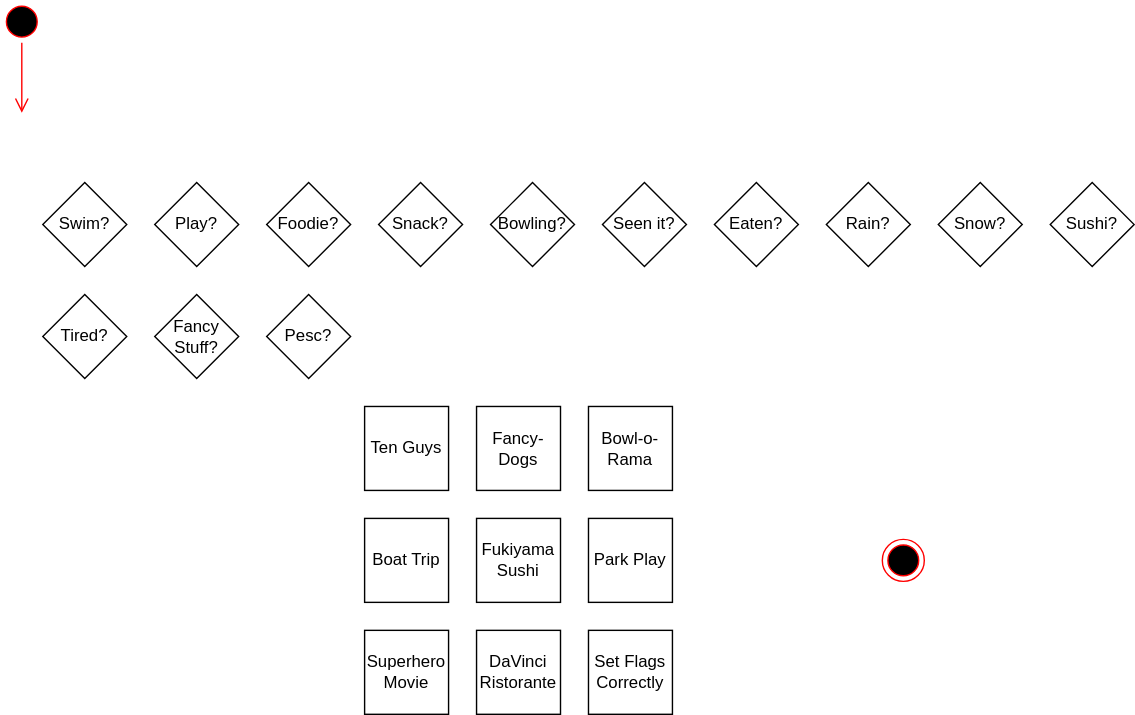
yewscion/yewscion keeps this draw.io diagram as date-night-dilemma.drawio.svg. Above is the earlier version. Source tidied: cells renumbered, new cells last; positions are measured from the earlier drawing's top-left corner, leaving out a move shared by most shapes.
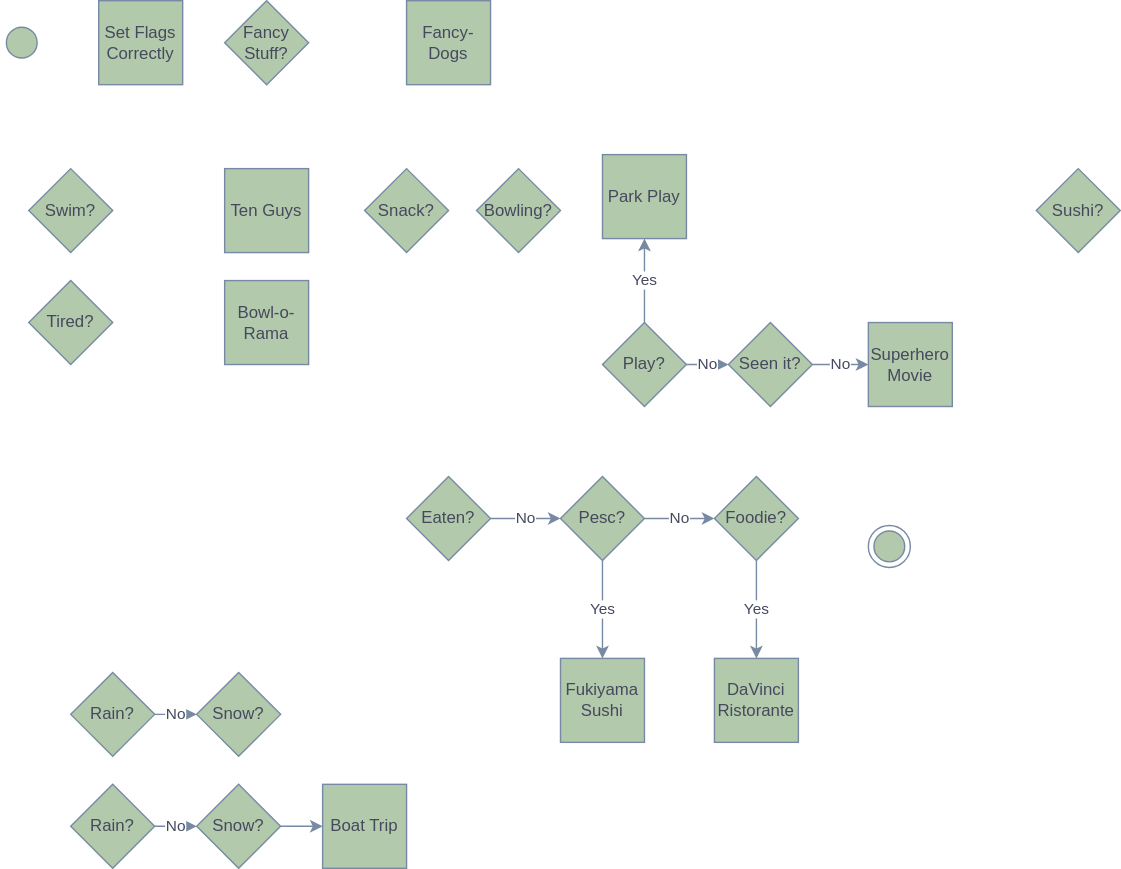
The same diagram one commit later.

Diff of the diagram source:
```diff
@@ -2,82 +2,113 @@
   <root>
     <mxCell id="0" />
     <mxCell id="1" parent="0" />
-    <mxCell id="2" style="ellipse;html=1;shape=startState;fillColor=#000000;strokeColor=#ff0000;" parent="1" vertex="1">
-      <mxGeometry width="30" height="30" as="geometry" />
+    <mxCell id="2" style="ellipse;html=1;shape=startState;fillColor=#B2C9AB;strokeColor=#788AA3;fontColor=#46495D;" parent="1" vertex="1">
+      <mxGeometry x="10" y="25" width="30" height="30" as="geometry" />
     </mxCell>
-    <mxCell id="3" style="edgeStyle=orthogonalEdgeStyle;html=1;verticalAlign=bottom;endArrow=open;endSize=8;strokeColor=#ff0000;rounded=0;" parent="1" edge="1" source="2">
-      <mxGeometry relative="1" as="geometry">
-        <mxPoint x="15" y="80" as="targetPoint" />
-      </mxGeometry>
-    </mxCell>
-    <mxCell id="4" value="&lt;div&gt;DaVinci&lt;/div&gt;&lt;div&gt;Ristorante&lt;br&gt;&lt;/div&gt;" style="rounded=0;whiteSpace=wrap;html=1;" parent="1" vertex="1">
-      <mxGeometry x="340" y="450" width="60" height="60" as="geometry" />
+    <mxCell id="4" value="&lt;div&gt;DaVinci&lt;/div&gt;&lt;div&gt;Ristorante&lt;br&gt;&lt;/div&gt;" style="rounded=0;whiteSpace=wrap;html=1;fillColor=#B2C9AB;strokeColor=#788AA3;fontColor=#46495D;" parent="1" vertex="1">
+      <mxGeometry x="520" y="480" width="60" height="60" as="geometry" />
     </mxCell>
-    <mxCell id="5" value="&lt;div&gt;Superhero&lt;/div&gt;&lt;div&gt;Movie&lt;br&gt;&lt;/div&gt;" style="rounded=0;whiteSpace=wrap;html=1;" parent="1" vertex="1">
-      <mxGeometry x="260" y="450" width="60" height="60" as="geometry" />
+    <mxCell id="5" value="&lt;div&gt;Superhero&lt;/div&gt;&lt;div&gt;Movie&lt;br&gt;&lt;/div&gt;" style="rounded=0;whiteSpace=wrap;html=1;fillColor=#B2C9AB;strokeColor=#788AA3;fontColor=#46495D;" parent="1" vertex="1">
+      <mxGeometry x="630" y="240" width="60" height="60" as="geometry" />
     </mxCell>
-    <mxCell id="6" value="Park Play" style="rounded=0;whiteSpace=wrap;html=1;" parent="1" vertex="1">
-      <mxGeometry x="420" y="370" width="60" height="60" as="geometry" />
+    <mxCell id="6" value="Park Play" style="rounded=0;whiteSpace=wrap;html=1;fillColor=#B2C9AB;strokeColor=#788AA3;fontColor=#46495D;" parent="1" vertex="1">
+      <mxGeometry x="440" y="120" width="60" height="60" as="geometry" />
     </mxCell>
-    <mxCell id="7" value="Fukiyama Sushi" style="rounded=0;whiteSpace=wrap;html=1;" parent="1" vertex="1">
-      <mxGeometry x="340" y="370" width="60" height="60" as="geometry" />
+    <mxCell id="7" value="Fukiyama Sushi" style="rounded=0;whiteSpace=wrap;html=1;fillColor=#B2C9AB;strokeColor=#788AA3;fontColor=#46495D;" parent="1" vertex="1">
+      <mxGeometry x="410" y="480" width="60" height="60" as="geometry" />
     </mxCell>
-    <mxCell id="8" value="Boat Trip" style="rounded=0;whiteSpace=wrap;html=1;" parent="1" vertex="1">
-      <mxGeometry x="260" y="370" width="60" height="60" as="geometry" />
+    <mxCell id="8" value="Boat Trip" style="rounded=0;whiteSpace=wrap;html=1;fillColor=#B2C9AB;strokeColor=#788AA3;fontColor=#46495D;" parent="1" vertex="1">
+      <mxGeometry x="240" y="570" width="60" height="60" as="geometry" />
     </mxCell>
-    <mxCell id="9" value="Bowl-o-Rama" style="rounded=0;whiteSpace=wrap;html=1;" parent="1" vertex="1">
-      <mxGeometry x="420" y="290" width="60" height="60" as="geometry" />
+    <mxCell id="9" value="Bowl-o-Rama" style="rounded=0;whiteSpace=wrap;html=1;fillColor=#B2C9AB;strokeColor=#788AA3;fontColor=#46495D;" parent="1" vertex="1">
+      <mxGeometry x="170" y="210" width="60" height="60" as="geometry" />
     </mxCell>
-    <mxCell id="10" value="Fancy-Dogs" style="rounded=0;whiteSpace=wrap;html=1;" parent="1" vertex="1">
-      <mxGeometry x="340" y="290" width="60" height="60" as="geometry" />
+    <mxCell id="10" value="Fancy-Dogs" style="rounded=0;whiteSpace=wrap;html=1;fillColor=#B2C9AB;strokeColor=#788AA3;fontColor=#46495D;" parent="1" vertex="1">
+      <mxGeometry x="300" y="10" width="60" height="60" as="geometry" />
     </mxCell>
-    <mxCell id="11" value="Ten Guys" style="rounded=0;whiteSpace=wrap;html=1;" parent="1" vertex="1">
-      <mxGeometry x="260" y="290" width="60" height="60" as="geometry" />
+    <mxCell id="11" value="Ten Guys" style="rounded=0;whiteSpace=wrap;html=1;fillColor=#B2C9AB;strokeColor=#788AA3;fontColor=#46495D;" parent="1" vertex="1">
+      <mxGeometry x="170" y="130" width="60" height="60" as="geometry" />
     </mxCell>
-    <mxCell id="12" value="&lt;div&gt;Tired?&lt;br&gt;&lt;/div&gt;" style="rhombus;whiteSpace=wrap;html=1;" parent="1" vertex="1">
+    <mxCell id="12" value="&lt;div&gt;Tired?&lt;br&gt;&lt;/div&gt;" style="rhombus;whiteSpace=wrap;html=1;fillColor=#B2C9AB;strokeColor=#788AA3;fontColor=#46495D;" parent="1" vertex="1">
       <mxGeometry x="30" y="210" width="60" height="60" as="geometry" />
     </mxCell>
+    <mxCell id="27" value="No" style="edgeStyle=orthogonalEdgeStyle;curved=0;rounded=1;sketch=0;jettySize=auto;html=1;fontColor=#46495D;strokeColor=#788AA3;fillColor=#B2C9AB;" parent="1" edge="1" source="13" target="21">
+      <mxGeometry relative="1" as="geometry" />
+    </mxCell>
+    <mxCell id="28" value="Yes" style="edgeStyle=orthogonalEdgeStyle;curved=0;rounded=1;sketch=0;jettySize=auto;html=1;fontColor=#46495D;strokeColor=#788AA3;fillColor=#B2C9AB;" parent="1" edge="1" source="13" target="7">
+      <mxGeometry relative="1" as="geometry" />
+    </mxCell>
-    <mxCell id="13" value="Pesc?" style="rhombus;whiteSpace=wrap;html=1;" parent="1" vertex="1">
-      <mxGeometry x="190" y="210" width="60" height="60" as="geometry" />
+    <mxCell id="13" value="Pesc?" style="rhombus;whiteSpace=wrap;html=1;fillColor=#B2C9AB;strokeColor=#788AA3;fontColor=#46495D;" parent="1" vertex="1">
+      <mxGeometry x="410" y="350" width="60" height="60" as="geometry" />
     </mxCell>
-    <mxCell id="14" value="Sushi?" style="rhombus;whiteSpace=wrap;html=1;" parent="1" vertex="1">
+    <mxCell id="14" value="Sushi?" style="rhombus;whiteSpace=wrap;html=1;fillColor=#B2C9AB;strokeColor=#788AA3;fontColor=#46495D;" parent="1" vertex="1">
       <mxGeometry x="750" y="130" width="60" height="60" as="geometry" />
     </mxCell>
-    <mxCell id="15" value="Snow?" style="rhombus;whiteSpace=wrap;html=1;" parent="1" vertex="1">
-      <mxGeometry x="670" y="130" width="60" height="60" as="geometry" />
-    </mxCell>
-    <mxCell id="16" value="Rain?" style="rhombus;whiteSpace=wrap;html=1;" parent="1" vertex="1">
-      <mxGeometry x="590" y="130" width="60" height="60" as="geometry" />
-    </mxCell>
+    <mxCell id="29" value="No" style="edgeStyle=orthogonalEdgeStyle;curved=0;rounded=1;sketch=0;jettySize=auto;html=1;fontColor=#46495D;strokeColor=#788AA3;fillColor=#B2C9AB;" parent="1" edge="1" source="17" target="13">
+      <mxGeometry relative="1" as="geometry" />
+    </mxCell>
-    <mxCell id="17" value="Eaten?" style="rhombus;whiteSpace=wrap;html=1;" parent="1" vertex="1">
-      <mxGeometry x="510" y="130" width="60" height="60" as="geometry" />
+    <mxCell id="17" value="Eaten?" style="rhombus;whiteSpace=wrap;html=1;fillColor=#B2C9AB;strokeColor=#788AA3;fontColor=#46495D;" parent="1" vertex="1">
+      <mxGeometry x="300" y="350" width="60" height="60" as="geometry" />
     </mxCell>
+    <mxCell id="30" value="No" style="edgeStyle=orthogonalEdgeStyle;curved=0;rounded=1;sketch=0;jettySize=auto;html=1;fontColor=#46495D;strokeColor=#788AA3;fillColor=#B2C9AB;" parent="1" edge="1" source="18" target="5">
+      <mxGeometry relative="1" as="geometry" />
+    </mxCell>
-    <mxCell id="18" value="Seen it?" style="rhombus;whiteSpace=wrap;html=1;" parent="1" vertex="1">
-      <mxGeometry x="430" y="130" width="60" height="60" as="geometry" />
+    <mxCell id="18" value="Seen it?" style="rhombus;whiteSpace=wrap;html=1;fillColor=#B2C9AB;strokeColor=#788AA3;fontColor=#46495D;" parent="1" vertex="1">
+      <mxGeometry x="530" y="240" width="60" height="60" as="geometry" />
     </mxCell>
-    <mxCell id="19" value="Bowling?" style="rhombus;whiteSpace=wrap;html=1;" parent="1" vertex="1">
+    <mxCell id="19" value="Bowling?" style="rhombus;whiteSpace=wrap;html=1;fillColor=#B2C9AB;strokeColor=#788AA3;fontColor=#46495D;" parent="1" vertex="1">
       <mxGeometry x="350" y="130" width="60" height="60" as="geometry" />
     </mxCell>
-    <mxCell id="20" value="Snack?" style="rhombus;whiteSpace=wrap;html=1;" parent="1" vertex="1">
+    <mxCell id="20" value="Snack?" style="rhombus;whiteSpace=wrap;html=1;fillColor=#B2C9AB;strokeColor=#788AA3;fontColor=#46495D;" parent="1" vertex="1">
       <mxGeometry x="270" y="130" width="60" height="60" as="geometry" />
     </mxCell>
+    <mxCell id="31" value="Yes" style="edgeStyle=orthogonalEdgeStyle;curved=0;rounded=1;sketch=0;jettySize=auto;html=1;fontColor=#46495D;strokeColor=#788AA3;fillColor=#B2C9AB;" parent="1" edge="1" source="21" target="4">
+      <mxGeometry relative="1" as="geometry" />
+    </mxCell>
-    <mxCell id="21" value="Foodie?" style="rhombus;whiteSpace=wrap;html=1;" parent="1" vertex="1">
-      <mxGeometry x="190" y="130" width="60" height="60" as="geometry" />
+    <mxCell id="21" value="Foodie?" style="rhombus;whiteSpace=wrap;html=1;fillColor=#B2C9AB;strokeColor=#788AA3;fontColor=#46495D;" parent="1" vertex="1">
+      <mxGeometry x="520" y="350" width="60" height="60" as="geometry" />
     </mxCell>
+    <mxCell id="32" value="No" style="edgeStyle=orthogonalEdgeStyle;curved=0;rounded=1;sketch=0;jettySize=auto;html=1;fontColor=#46495D;strokeColor=#788AA3;fillColor=#B2C9AB;" parent="1" edge="1" source="22" target="18">
+      <mxGeometry relative="1" as="geometry" />
+    </mxCell>
+    <mxCell id="33" value="Yes" style="edgeStyle=orthogonalEdgeStyle;curved=0;rounded=1;sketch=0;jettySize=auto;html=1;fontColor=#46495D;strokeColor=#788AA3;fillColor=#B2C9AB;" parent="1" edge="1" source="22" target="6">
+      <mxGeometry relative="1" as="geometry" />
+    </mxCell>
-    <mxCell id="22" value="Play?" style="rhombus;whiteSpace=wrap;html=1;" parent="1" vertex="1">
-      <mxGeometry x="110" y="130" width="60" height="60" as="geometry" />
+    <mxCell id="22" value="Play?" style="rhombus;whiteSpace=wrap;html=1;fillColor=#B2C9AB;strokeColor=#788AA3;fontColor=#46495D;" parent="1" vertex="1">
+      <mxGeometry x="440" y="240" width="60" height="60" as="geometry" />
     </mxCell>
-    <mxCell id="23" value="Swim?" style="rhombus;whiteSpace=wrap;html=1;" parent="1" vertex="1">
+    <mxCell id="23" value="Swim?" style="rhombus;whiteSpace=wrap;html=1;fillColor=#B2C9AB;strokeColor=#788AA3;fontColor=#46495D;" parent="1" vertex="1">
       <mxGeometry x="30" y="130" width="60" height="60" as="geometry" />
     </mxCell>
-    <mxCell id="24" value="Set Flags Correctly" style="rounded=0;whiteSpace=wrap;html=1;" parent="1" vertex="1">
-      <mxGeometry x="420" y="450" width="60" height="60" as="geometry" />
+    <mxCell id="24" value="Set Flags Correctly" style="rounded=0;whiteSpace=wrap;html=1;fillColor=#B2C9AB;strokeColor=#788AA3;fontColor=#46495D;" parent="1" vertex="1">
+      <mxGeometry x="80" y="10" width="60" height="60" as="geometry" />
     </mxCell>
-    <mxCell id="25" style="ellipse;html=1;shape=endState;fillColor=#000000;strokeColor=#ff0000;" parent="1" vertex="1">
+    <mxCell id="25" style="ellipse;html=1;shape=endState;fillColor=#B2C9AB;strokeColor=#788AA3;fontColor=#46495D;" parent="1" vertex="1">
       <mxGeometry x="630" y="385" width="30" height="30" as="geometry" />
     </mxCell>
-    <mxCell id="26" value="&lt;div&gt;Fancy&lt;/div&gt;&lt;div&gt;Stuff?&lt;/div&gt;" style="rhombus;whiteSpace=wrap;html=1;" parent="1" vertex="1">
-      <mxGeometry x="110" y="210" width="60" height="60" as="geometry" />
+    <mxCell id="26" value="&lt;div&gt;Fancy&lt;/div&gt;&lt;div&gt;Stuff?&lt;/div&gt;" style="rhombus;whiteSpace=wrap;html=1;fillColor=#B2C9AB;strokeColor=#788AA3;fontColor=#46495D;" parent="1" vertex="1">
+      <mxGeometry x="170" y="10" width="60" height="60" as="geometry" />
     </mxCell>
+    <mxCell id="34" value="Snow?" style="rhombus;whiteSpace=wrap;html=1;fillColor=#B2C9AB;strokeColor=#788AA3;fontColor=#46495D;" parent="1" vertex="1">
+      <mxGeometry x="150" y="490" width="60" height="60" as="geometry" />
+    </mxCell>
+    <mxCell id="35" value="No" style="edgeStyle=orthogonalEdgeStyle;curved=0;rounded=1;sketch=0;jettySize=auto;html=1;fontColor=#46495D;strokeColor=#788AA3;fillColor=#B2C9AB;" parent="1" edge="1" source="36" target="34">
+      <mxGeometry relative="1" as="geometry" />
+    </mxCell>
+    <mxCell id="36" value="Rain?" style="rhombus;whiteSpace=wrap;html=1;fillColor=#B2C9AB;strokeColor=#788AA3;fontColor=#46495D;" parent="1" vertex="1">
+      <mxGeometry x="60" y="490" width="60" height="60" as="geometry" />
+    </mxCell>
+    <mxCell id="37" style="edgeStyle=orthogonalEdgeStyle;curved=0;rounded=1;sketch=0;jettySize=auto;html=1;fontColor=#46495D;strokeColor=#788AA3;fillColor=#B2C9AB;" parent="1" edge="1" source="38" target="8">
+      <mxGeometry relative="1" as="geometry" />
+    </mxCell>
+    <mxCell id="38" value="Snow?" style="rhombus;whiteSpace=wrap;html=1;fillColor=#B2C9AB;strokeColor=#788AA3;fontColor=#46495D;" parent="1" vertex="1">
+      <mxGeometry x="150" y="570" width="60" height="60" as="geometry" />
+    </mxCell>
+    <mxCell id="39" value="No" style="edgeStyle=orthogonalEdgeStyle;curved=0;rounded=1;sketch=0;jettySize=auto;html=1;fontColor=#46495D;strokeColor=#788AA3;fillColor=#B2C9AB;" parent="1" edge="1" source="40" target="38">
+      <mxGeometry relative="1" as="geometry" />
+    </mxCell>
+    <mxCell id="40" value="Rain?" style="rhombus;whiteSpace=wrap;html=1;fillColor=#B2C9AB;strokeColor=#788AA3;fontColor=#46495D;" parent="1" vertex="1">
+      <mxGeometry x="60" y="570" width="60" height="60" as="geometry" />
+    </mxCell>
   </root>
 </mxGraphModel>
```
